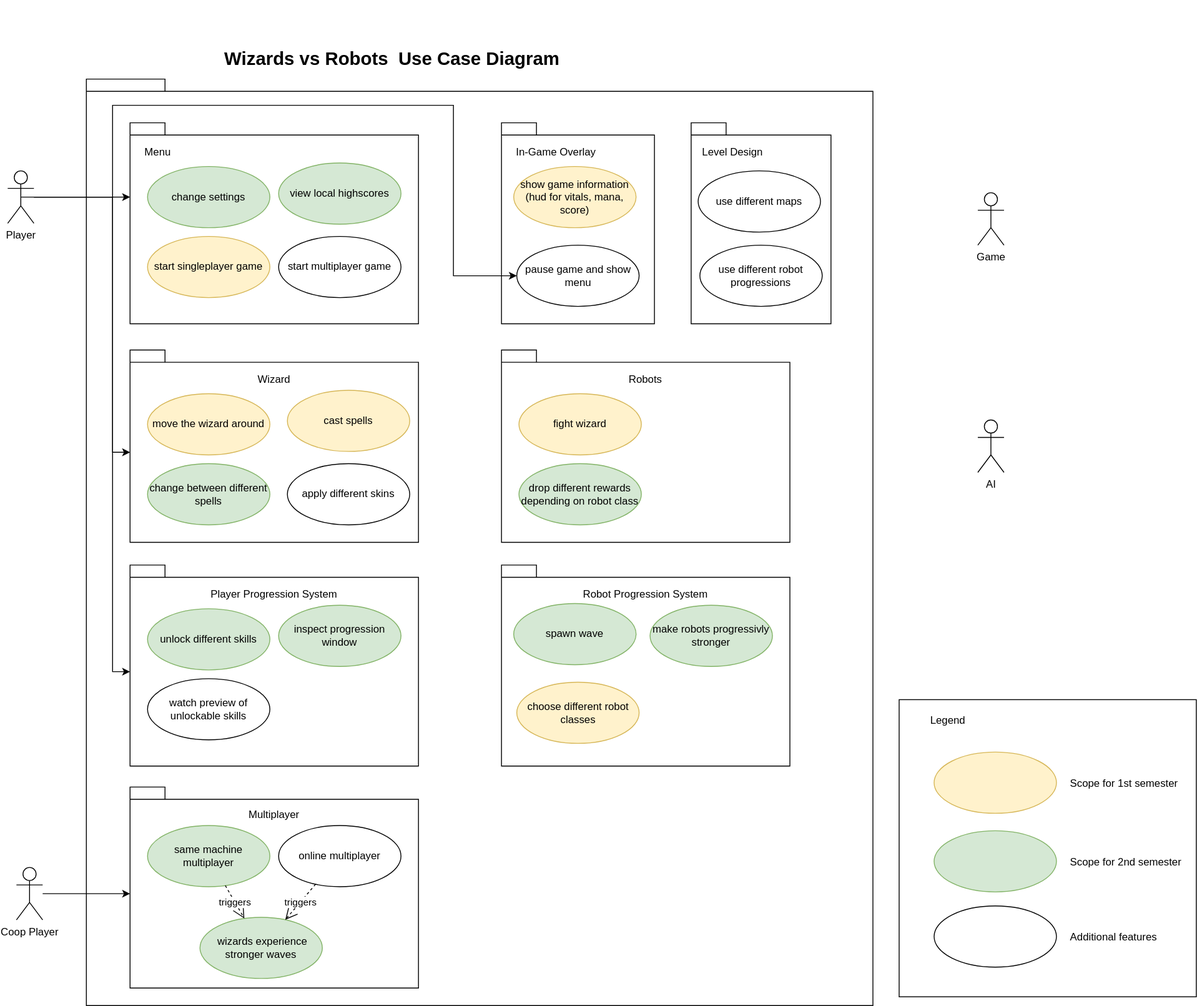
This is ucd.svg from Wizards-vs-Robots/documentation, a draw.io export, as it was before one commit. Source tidied: cells renumbered, new cells last; positions are measured from the earlier drawing's top-left corner, leaving out a move shared by most shapes.
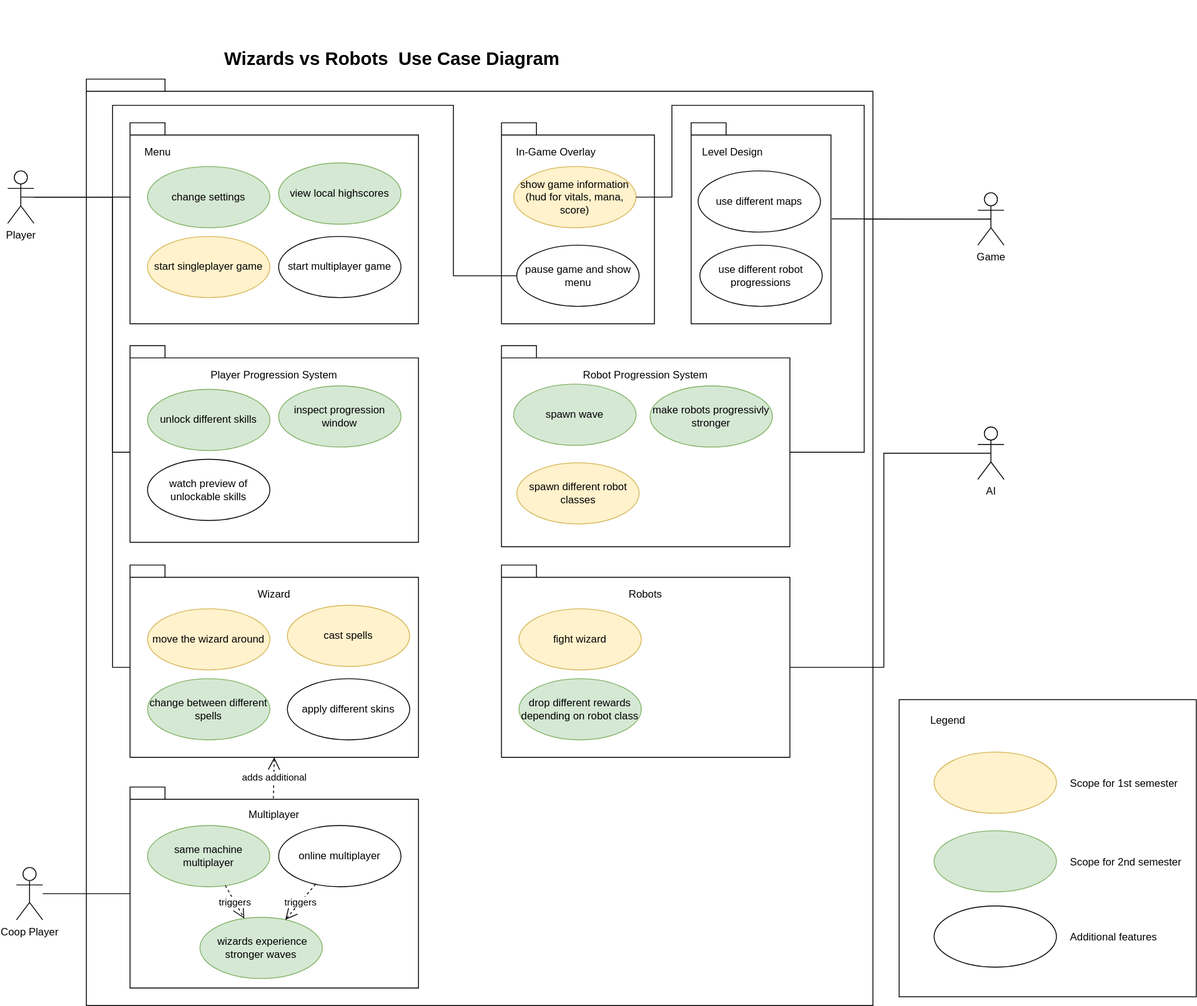
The same file after the commit.

The edit, as a diff of the source:
```diff
@@ -2,12 +2,12 @@
   <root>
     <mxCell id="0" style="html=1;" />
     <mxCell id="1" style="html=1;" parent="0" />
+    <mxCell id="3" style="shape=folder;fontStyle=1;spacingTop=10;tabWidth=40;tabHeight=14;tabPosition=left;html=1;" parent="1" vertex="1">
+      <mxGeometry x="90" y="90" width="900" height="1060" as="geometry" />
+    </mxCell>
     <mxCell id="2" style="html=1;align=center;" parent="1" vertex="1">
       <mxGeometry x="1020" y="800" width="340" height="340" as="geometry" />
     </mxCell>
-    <mxCell id="3" style="shape=folder;fontStyle=1;spacingTop=10;tabWidth=40;tabHeight=14;tabPosition=left;html=1;" parent="1" vertex="1">
-      <mxGeometry x="90" y="90" width="900" height="1060" as="geometry" />
-    </mxCell>
     <mxCell id="4" value="Wizards vs Robots  Use Case Diagram" style="text;align=center;fontStyle=1;verticalAlign=middle;spacingLeft=3;spacingRight=3;strokeColor=none;fontSize=21;" parent="1" vertex="1">
       <mxGeometry x="70" width="740" height="130" as="geometry" />
     </mxCell>
@@ -39,54 +39,54 @@
       <mxGeometry x="790" y="195" width="140" height="70" as="geometry" />
     </mxCell>
     <mxCell id="14" style="shape=folder;fontStyle=1;spacingTop=10;tabWidth=40;tabHeight=14;tabPosition=left;html=1;align=center;" parent="1" vertex="1">
-      <mxGeometry x="565" y="400" width="330" height="220" as="geometry" />
+      <mxGeometry x="565" y="646" width="330" height="220" as="geometry" />
     </mxCell>
     <mxCell id="15" value="Robots" style="text;strokeColor=none;fillColor=none;align=center;verticalAlign=top;spacingLeft=4;spacingRight=4;overflow=hidden;" parent="1" vertex="1">
-      <mxGeometry x="565" y="420" width="330" height="26" as="geometry" />
+      <mxGeometry x="565" y="666" width="330" height="26" as="geometry" />
     </mxCell>
     <mxCell id="16" value="fight wizard" style="ellipse;whiteSpace=wrap;html=1;align=center;fillColor=#fff2cc;strokeColor=#d6b656;" parent="1" vertex="1">
-      <mxGeometry x="585" y="450" width="140" height="70" as="geometry" />
+      <mxGeometry x="585" y="696" width="140" height="70" as="geometry" />
     </mxCell>
     <mxCell id="17" value="drop different rewards depending on robot class" style="ellipse;whiteSpace=wrap;html=1;align=center;fillColor=#d5e8d4;strokeColor=#82b366;" parent="1" vertex="1">
-      <mxGeometry x="585" y="530" width="140" height="70" as="geometry" />
+      <mxGeometry x="585" y="776" width="140" height="70" as="geometry" />
     </mxCell>
     <mxCell id="18" style="shape=folder;fontStyle=1;spacingTop=10;tabWidth=40;tabHeight=14;tabPosition=left;html=1;align=center;" parent="1" vertex="1">
-      <mxGeometry x="140" y="400" width="330" height="220" as="geometry" />
+      <mxGeometry x="140" y="646" width="330" height="220" as="geometry" />
     </mxCell>
     <mxCell id="19" value="apply different skins" style="ellipse;whiteSpace=wrap;html=1;align=center;" parent="1" vertex="1">
-      <mxGeometry x="320" y="530" width="140" height="70" as="geometry" />
+      <mxGeometry x="320" y="776" width="140" height="70" as="geometry" />
     </mxCell>
     <mxCell id="20" value="cast spells" style="ellipse;whiteSpace=wrap;html=1;align=center;fillColor=#fff2cc;strokeColor=#d6b656;" parent="1" vertex="1">
-      <mxGeometry x="320" y="446" width="140" height="70" as="geometry" />
+      <mxGeometry x="320" y="692" width="140" height="70" as="geometry" />
     </mxCell>
     <mxCell id="21" style="shape=folder;fontStyle=1;spacingTop=10;tabWidth=40;tabHeight=14;tabPosition=left;html=1;align=center;" parent="1" vertex="1">
-      <mxGeometry x="140" y="646" width="330" height="230" as="geometry" />
+      <mxGeometry x="140" y="395" width="330" height="225" as="geometry" />
     </mxCell>
     <mxCell id="22" value="Player Progression System" style="text;strokeColor=none;fillColor=none;align=center;verticalAlign=top;spacingLeft=4;spacingRight=4;overflow=hidden;" parent="1" vertex="1">
-      <mxGeometry x="140" y="666" width="330" height="26" as="geometry" />
+      <mxGeometry x="140" y="415" width="330" height="26" as="geometry" />
     </mxCell>
     <mxCell id="23" value="unlock different skills" style="ellipse;whiteSpace=wrap;html=1;align=center;fillColor=#d5e8d4;strokeColor=#82b366;" parent="1" vertex="1">
-      <mxGeometry x="160" y="696" width="140" height="70" as="geometry" />
+      <mxGeometry x="160" y="445" width="140" height="70" as="geometry" />
     </mxCell>
     <mxCell id="24" value="watch preview of unlockable skills" style="ellipse;whiteSpace=wrap;html=1;align=center;" parent="1" vertex="1">
-      <mxGeometry x="160" y="776" width="140" height="70" as="geometry" />
+      <mxGeometry x="160" y="525" width="140" height="70" as="geometry" />
     </mxCell>
     <mxCell id="25" value="inspect progression window" style="ellipse;whiteSpace=wrap;html=1;align=center;fillColor=#d5e8d4;strokeColor=#82b366;" parent="1" vertex="1">
-      <mxGeometry x="310" y="692" width="140" height="70" as="geometry" />
+      <mxGeometry x="310" y="441" width="140" height="70" as="geometry" />
     </mxCell>
-    <mxCell id="26" style="edgeStyle=orthogonalEdgeStyle;rounded=0;jettySize=auto;html=1;entryX=0;entryY=0;entryDx=0;entryDy=117;entryPerimeter=0;" parent="1" edge="1" source="28" target="18">
+    <mxCell id="26" style="edgeStyle=orthogonalEdgeStyle;rounded=0;jettySize=auto;html=1;entryX=0;entryY=0;entryDx=0;entryDy=117;entryPerimeter=0;endArrow=none;endFill=0;" parent="1" edge="1" source="28" target="18">
       <mxGeometry relative="1" as="geometry">
         <Array as="points">
           <mxPoint x="120" y="225" />
-          <mxPoint x="120" y="517" />
+          <mxPoint x="120" y="763" />
         </Array>
       </mxGeometry>
     </mxCell>
-    <mxCell id="27" style="edgeStyle=orthogonalEdgeStyle;rounded=0;jettySize=auto;html=1;entryX=0;entryY=0;entryDx=0;entryDy=122;entryPerimeter=0;" parent="1" edge="1" source="28" target="21">
+    <mxCell id="27" style="edgeStyle=orthogonalEdgeStyle;rounded=0;jettySize=auto;html=1;entryX=0;entryY=0;entryDx=0;entryDy=122;entryPerimeter=0;endArrow=none;endFill=0;" parent="1" edge="1" source="28" target="21">
       <mxGeometry relative="1" as="geometry">
         <Array as="points">
           <mxPoint x="120" y="225" />
-          <mxPoint x="120" y="768" />
+          <mxPoint x="120" y="517" />
         </Array>
       </mxGeometry>
     </mxCell>
@@ -153,7 +153,7 @@
     <mxCell id="48" value="&lt;div&gt;pause game and show menu&lt;/div&gt;" style="ellipse;whiteSpace=wrap;html=1;align=center;" parent="1" vertex="1">
       <mxGeometry x="582.5" y="280" width="140" height="70" as="geometry" />
     </mxCell>
-    <mxCell id="49" style="edgeStyle=orthogonalEdgeStyle;rounded=0;jettySize=auto;html=1;exitX=0.5;exitY=0.5;exitDx=0;exitDy=0;exitPerimeter=0;entryX=0;entryY=0.5;entryDx=0;entryDy=0;" parent="1" edge="1" source="28" target="48">
+    <mxCell id="49" style="edgeStyle=orthogonalEdgeStyle;rounded=0;jettySize=auto;html=1;exitX=0.5;exitY=0.5;exitDx=0;exitDy=0;exitPerimeter=0;entryX=0;entryY=0.5;entryDx=0;entryDy=0;endArrow=none;endFill=0;" parent="1" edge="1" source="28" target="48">
       <mxGeometry relative="1" as="geometry">
         <Array as="points">
           <mxPoint x="120" y="225" />
@@ -164,15 +164,15 @@
       </mxGeometry>
     </mxCell>
     <mxCell id="50" value="move the wizard around" style="ellipse;whiteSpace=wrap;html=1;align=center;fillColor=#fff2cc;strokeColor=#d6b656;" parent="1" vertex="1">
-      <mxGeometry x="160" y="450" width="140" height="70" as="geometry" />
+      <mxGeometry x="160" y="696" width="140" height="70" as="geometry" />
     </mxCell>
     <mxCell id="51" value="change between different spells" style="ellipse;whiteSpace=wrap;html=1;align=center;fillColor=#d5e8d4;strokeColor=#82b366;" parent="1" vertex="1">
-      <mxGeometry x="160" y="530" width="140" height="70" as="geometry" />
+      <mxGeometry x="160" y="776" width="140" height="70" as="geometry" />
     </mxCell>
     <mxCell id="52" value="Wizard" style="text;strokeColor=none;fillColor=none;align=center;verticalAlign=top;spacingLeft=4;spacingRight=4;overflow=hidden;" parent="1" vertex="1">
-      <mxGeometry x="140" y="420" width="330" height="26" as="geometry" />
+      <mxGeometry x="140" y="666" width="330" height="26" as="geometry" />
     </mxCell>
-    <mxCell id="53" style="endArrow=classic;html=1;rounded=0;" parent="1" edge="1">
+    <mxCell id="53" style="endArrow=none;html=1;rounded=0;endFill=0;" parent="1" edge="1">
       <mxGeometry relative="1" as="geometry">
         <mxPoint x="120" y="225" as="sourcePoint" />
         <mxPoint x="140" y="225" as="targetPoint" />
@@ -181,31 +181,58 @@
     <mxCell id="54" style="edgeStyle=orthogonalEdgeStyle;rounded=0;orthogonalLoop=1;jettySize=auto;html=1;exitX=0.5;exitY=1;exitDx=0;exitDy=0;exitPerimeter=0;" parent="1" edge="1" source="14" target="14">
       <mxGeometry relative="1" as="geometry" />
     </mxCell>
-    <mxCell id="55" style="endArrow=classic;html=1;rounded=0;entryX=0;entryY=0;entryDx=0;entryDy=122;entryPerimeter=0;" parent="1" edge="1" target="30">
+    <mxCell id="55" style="endArrow=none;html=1;rounded=0;entryX=0;entryY=0;entryDx=0;entryDy=122;entryPerimeter=0;endFill=0;" parent="1" edge="1" target="30">
       <mxGeometry relative="1" as="geometry">
         <mxPoint x="40" y="1022" as="sourcePoint" />
       </mxGeometry>
     </mxCell>
     <mxCell id="56" style="shape=folder;fontStyle=1;spacingTop=10;tabWidth=40;tabHeight=14;tabPosition=left;html=1;align=center;" parent="1" vertex="1">
-      <mxGeometry x="565" y="646" width="330" height="230" as="geometry" />
+      <mxGeometry x="565" y="395" width="330" height="230" as="geometry" />
     </mxCell>
     <mxCell id="57" value="Robot Progression System" style="text;strokeColor=none;fillColor=none;align=center;verticalAlign=top;spacingLeft=4;spacingRight=4;overflow=hidden;" parent="1" vertex="1">
-      <mxGeometry x="565" y="666" width="330" height="26" as="geometry" />
+      <mxGeometry x="565" y="415" width="330" height="26" as="geometry" />
     </mxCell>
     <mxCell id="58" value="make robots progressivly stronger" style="ellipse;whiteSpace=wrap;html=1;align=center;fillColor=#d5e8d4;strokeColor=#82b366;" parent="1" vertex="1">
-      <mxGeometry x="735" y="692" width="140" height="70" as="geometry" />
+      <mxGeometry x="735" y="441" width="140" height="70" as="geometry" />
     </mxCell>
     <mxCell id="59" value="spawn wave" style="ellipse;whiteSpace=wrap;html=1;align=center;fillColor=#d5e8d4;strokeColor=#82b366;" parent="1" vertex="1">
-      <mxGeometry x="579" y="690" width="140" height="70" as="geometry" />
+      <mxGeometry x="579" y="439" width="140" height="70" as="geometry" />
     </mxCell>
-    <mxCell id="60" value="choose different robot classes" style="ellipse;whiteSpace=wrap;html=1;align=center;fillColor=#fff2cc;strokeColor=#d6b656;" parent="1" vertex="1">
-      <mxGeometry x="582.5" y="780" width="140" height="70" as="geometry" />
+    <mxCell id="60" value="spawn different robot classes" style="ellipse;whiteSpace=wrap;html=1;align=center;fillColor=#fff2cc;strokeColor=#d6b656;" parent="1" vertex="1">
+      <mxGeometry x="582.5" y="529" width="140" height="70" as="geometry" />
     </mxCell>
+    <mxCell id="63" style="edgeStyle=orthogonalEdgeStyle;rounded=0;jettySize=auto;html=1;exitX=0.5;exitY=0.5;exitDx=0;exitDy=0;exitPerimeter=0;entryX=1.006;entryY=0.478;entryDx=0;entryDy=0;entryPerimeter=0;endArrow=none;endFill=0;" parent="1" edge="1" source="61" target="11">
+      <mxGeometry relative="1" as="geometry" />
+    </mxCell>
+    <mxCell id="64" style="edgeStyle=orthogonalEdgeStyle;rounded=0;jettySize=auto;html=1;exitX=0.5;exitY=0.5;exitDx=0;exitDy=0;exitPerimeter=0;entryX=1;entryY=0.5;entryDx=0;entryDy=0;endArrow=none;endFill=0;" parent="1" edge="1" source="61" target="45">
+      <mxGeometry relative="1" as="geometry">
+        <Array as="points">
+          <mxPoint x="980" y="250" />
+          <mxPoint x="980" y="120" />
+          <mxPoint x="760" y="120" />
+          <mxPoint x="760" y="225" />
+        </Array>
+      </mxGeometry>
+    </mxCell>
+    <mxCell id="65" style="edgeStyle=orthogonalEdgeStyle;rounded=0;jettySize=auto;html=1;exitX=0.5;exitY=0.5;exitDx=0;exitDy=0;exitPerimeter=0;entryX=0;entryY=0;entryDx=330;entryDy=122;entryPerimeter=0;endArrow=none;endFill=0;" parent="1" edge="1" source="61" target="56">
+      <mxGeometry relative="1" as="geometry">
+        <Array as="points">
+          <mxPoint x="980" y="250" />
+          <mxPoint x="980" y="517" />
+        </Array>
+      </mxGeometry>
+    </mxCell>
     <mxCell id="61" value="Game" style="shape=umlActor;verticalLabelPosition=bottom;verticalAlign=top;html=1;outlineConnect=0;" parent="1" vertex="1">
       <mxGeometry x="1110" y="220" width="30" height="60" as="geometry" />
     </mxCell>
+    <mxCell id="66" style="edgeStyle=orthogonalEdgeStyle;rounded=0;jettySize=auto;html=1;exitX=0.5;exitY=0.5;exitDx=0;exitDy=0;exitPerimeter=0;entryX=0;entryY=0;entryDx=330;entryDy=117;entryPerimeter=0;endArrow=none;endFill=0;" parent="1" edge="1" source="62" target="14">
+      <mxGeometry relative="1" as="geometry" />
+    </mxCell>
     <mxCell id="62" value="AI" style="shape=umlActor;verticalLabelPosition=bottom;verticalAlign=top;html=1;outlineConnect=0;" parent="1" vertex="1">
-      <mxGeometry x="1110" y="480" width="30" height="60" as="geometry" />
+      <mxGeometry x="1110" y="488" width="30" height="60" as="geometry" />
     </mxCell>
+    <mxCell id="67" value="adds additional" style="endArrow=open;endSize=12;dashed=1;html=1;rounded=0;exitX=0.497;exitY=-0.192;exitDx=0;exitDy=0;exitPerimeter=0;entryX=0.5;entryY=1;entryDx=0;entryDy=0;entryPerimeter=0;" parent="1" edge="1" source="31" target="18">
+      <mxGeometry relative="1" as="geometry" />
+    </mxCell>
   </root>
 </mxGraphModel>
```
